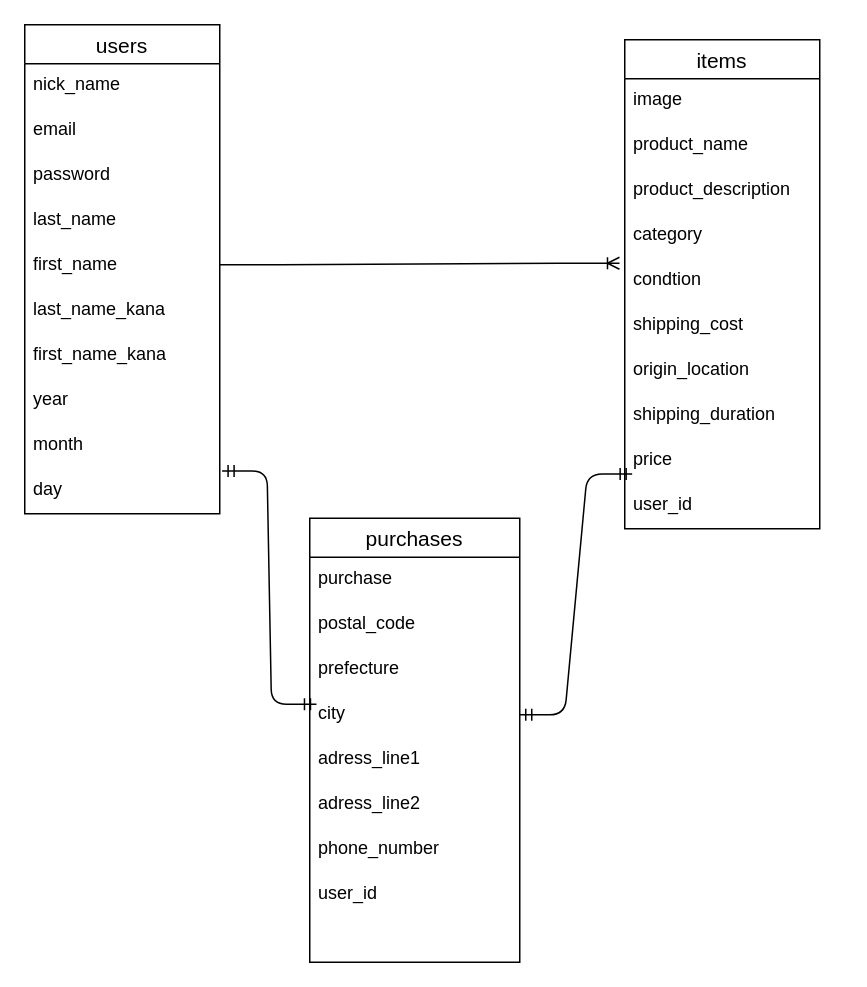
Before: furima.dio in koseki3104/furima-39437, a draw.io diagram. Source tidied: cells renumbered, new cells numbered last; positions are measured from the earlier drawing's top-left corner, leaving out a move shared by most shapes. Both pictures are drawn from the tidied source at 150%, with x=0, y=0 at pixel (24, 24).
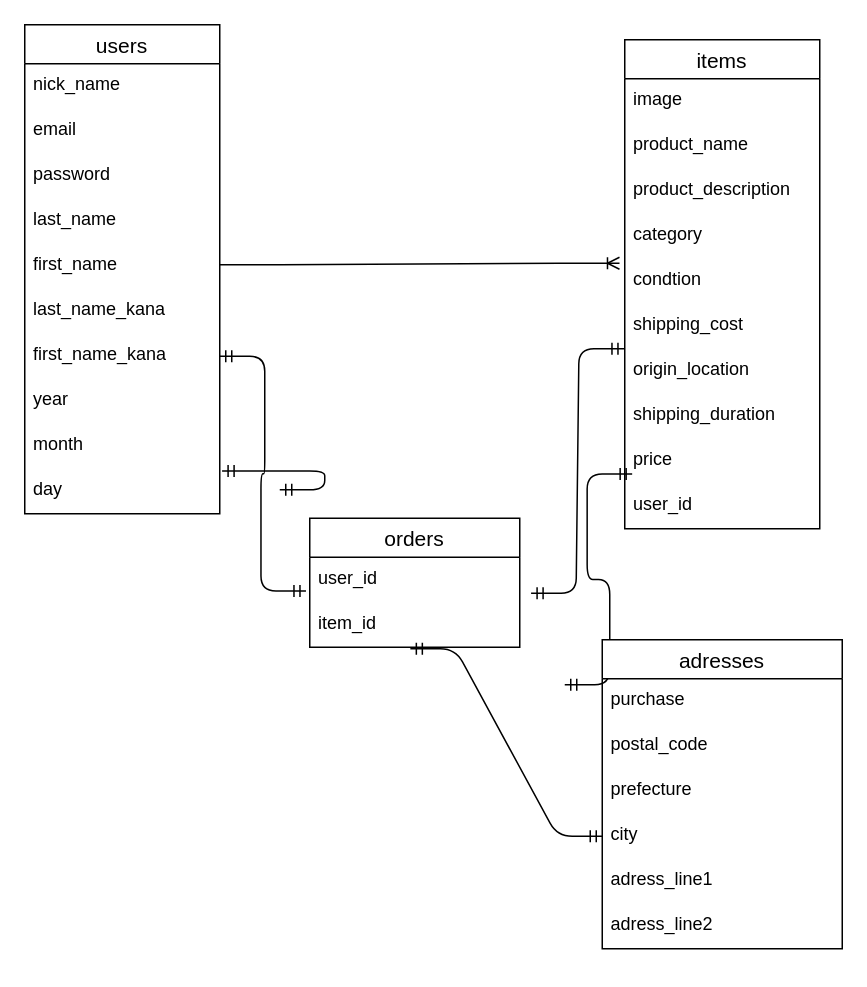
The same diagram, later.

Commit message (it also covers changes not shown here):
データベース設計（購入履歴、発送先住所）

The change refers to these unchanged cells:
```xml
<mxCell id="9" value="first_name_kana" style="text;strokeColor=none;fillColor=none;spacingLeft=4;spacingRight=4;overflow=hidden;points=[[0,0.5],[1,0.5]];portConstraint=eastwest;fontSize=12;" parent="2" vertex="1">
  <mxGeometry y="206" width="130" height="30" as="geometry" />
</mxCell>
<mxCell id="12" value="day" style="text;strokeColor=none;fillColor=none;spacingLeft=4;spacingRight=4;overflow=hidden;points=[[0,0.5],[1,0.5]];portConstraint=eastwest;fontSize=12;" parent="2" vertex="1">
  <mxGeometry y="296" width="130" height="30" as="geometry" />
</mxCell>
<mxCell id="18" value="condtion" style="text;strokeColor=none;fillColor=none;spacingLeft=4;spacingRight=4;overflow=hidden;points=[[0,0.5],[1,0.5]];portConstraint=eastwest;fontSize=12;" parent="13" vertex="1">
  <mxGeometry y="146" width="130" height="30" as="geometry" />
</mxCell>
<mxCell id="19" value="shipping_cost" style="text;strokeColor=none;fillColor=none;spacingLeft=4;spacingRight=4;overflow=hidden;points=[[0,0.5],[1,0.5]];portConstraint=eastwest;fontSize=12;" parent="13" vertex="1">
  <mxGeometry y="176" width="130" height="30" as="geometry" />
</mxCell>
<mxCell id="23" value="user_id" style="text;strokeColor=none;fillColor=none;spacingLeft=4;spacingRight=4;overflow=hidden;points=[[0,0.5],[1,0.5]];portConstraint=eastwest;fontSize=12;" parent="13" vertex="1">
  <mxGeometry y="296" width="130" height="30" as="geometry" />
</mxCell>
```

Diff of the diagram source:
```diff
@@
-    <mxCell id="24" value="purchases" style="swimlane;fontStyle=0;horizontal=1;startSize=26;align=center;fontSize=14;" parent="1" vertex="1">
-      <mxGeometry x="190" y="329" width="140" height="296" as="geometry" />
+    <mxCell id="24" value="orders" style="swimlane;fontStyle=0;horizontal=1;startSize=26;align=center;fontSize=14;" parent="1" vertex="1">
+      <mxGeometry x="190" y="329" width="140" height="86" as="geometry" />
     </mxCell>
+    <mxCell id="32" value="user_id" style="text;strokeColor=none;fillColor=none;spacingLeft=4;spacingRight=4;overflow=hidden;points=[[0,0.5],[1,0.5]];portConstraint=eastwest;fontSize=12;" parent="24" vertex="1">
+      <mxGeometry y="26" width="140" height="30" as="geometry" />
+    </mxCell>
+    <mxCell id="33" value="item_id" style="text;strokeColor=none;fillColor=none;spacingLeft=4;spacingRight=4;overflow=hidden;points=[[0,0.5],[1,0.5]];portConstraint=eastwest;fontSize=12;" parent="24" vertex="1">
+      <mxGeometry y="56" width="140" height="30" as="geometry" />
+    </mxCell>
+    <mxCell id="34" style="edgeStyle=entityRelationEdgeStyle;fontSize=12;html=1;endArrow=ERoneToMany;entryX=-0.027;entryY=0.1;entryDx=0;entryDy=0;entryPerimeter=0;" parent="1" edge="1" target="18">
+      <mxGeometry relative="1" as="geometry">
+        <mxPoint x="130" y="160" as="sourcePoint" />
+      </mxGeometry>
+    </mxCell>
+    <mxCell id="35" style="edgeStyle=entityRelationEdgeStyle;fontSize=12;html=1;endArrow=ERmandOne;startArrow=ERmandOne;exitX=1;exitY=0.5;exitDx=0;exitDy=0;entryX=0.038;entryY=-0.217;entryDx=0;entryDy=0;entryPerimeter=0;" parent="1" edge="1" target="23">
+      <mxGeometry relative="1" as="geometry">
+        <mxPoint x="360" y="440" as="sourcePoint" />
+      </mxGeometry>
+    </mxCell>
+    <mxCell id="36" style="edgeStyle=entityRelationEdgeStyle;fontSize=12;html=1;endArrow=ERmandOne;startArrow=ERmandOne;entryX=1.012;entryY=0.05;entryDx=0;entryDy=0;exitX=0.032;exitY=0.267;exitDx=0;exitDy=0;exitPerimeter=0;entryPerimeter=0;" parent="1" edge="1" target="12">
+      <mxGeometry relative="1" as="geometry">
+        <mxPoint x="170" y="310" as="sourcePoint" />
+      </mxGeometry>
+    </mxCell>
+    <mxCell id="37" value="adresses" style="swimlane;fontStyle=0;horizontal=1;startSize=26;align=center;fontSize=14;" parent="1" vertex="1">
+      <mxGeometry x="385" y="410" width="160" height="206" as="geometry" />
+    </mxCell>
-    <mxCell id="25" value="purchase" style="text;strokeColor=none;fillColor=none;spacingLeft=4;spacingRight=4;overflow=hidden;fontSize=12;" parent="24" vertex="1">
-      <mxGeometry y="26" width="140" height="30" as="geometry" />
+    <mxCell id="25" value="purchase&#10;" style="text;strokeColor=none;fillColor=none;spacingLeft=4;spacingRight=4;overflow=hidden;fontSize=12;" parent="37" vertex="1">
+      <mxGeometry y="26" width="160" height="30" as="geometry" />
     </mxCell>
-    <mxCell id="26" value="postal_code" style="text;strokeColor=none;fillColor=none;spacingLeft=4;spacingRight=4;overflow=hidden;fontSize=12;" parent="24" vertex="1">
-      <mxGeometry y="56" width="140" height="30" as="geometry" />
+    <mxCell id="26" value="postal_code" style="text;strokeColor=none;fillColor=none;spacingLeft=4;spacingRight=4;overflow=hidden;fontSize=12;" parent="37" vertex="1">
+      <mxGeometry y="56" width="160" height="30" as="geometry" />
     </mxCell>
-    <mxCell id="27" value="prefecture" style="text;strokeColor=none;fillColor=none;spacingLeft=4;spacingRight=4;overflow=hidden;fontSize=12;" parent="24" vertex="1">
-      <mxGeometry y="86" width="140" height="30" as="geometry" />
+    <mxCell id="27" value="prefecture" style="text;strokeColor=none;fillColor=none;spacingLeft=4;spacingRight=4;overflow=hidden;fontSize=12;" parent="37" vertex="1">
+      <mxGeometry y="86" width="160" height="30" as="geometry" />
     </mxCell>
-    <mxCell id="28" value="city" style="text;strokeColor=none;fillColor=none;spacingLeft=4;spacingRight=4;overflow=hidden;points=[[0,0.5],[1,0.5]];portConstraint=eastwest;fontSize=12;" parent="24" vertex="1">
-      <mxGeometry y="116" width="140" height="30" as="geometry" />
+    <mxCell id="28" value="city" style="text;strokeColor=none;fillColor=none;spacingLeft=4;spacingRight=4;overflow=hidden;points=[[0,0.5],[1,0.5]];portConstraint=eastwest;fontSize=12;" parent="37" vertex="1">
+      <mxGeometry y="116" width="160" height="30" as="geometry" />
     </mxCell>
-    <mxCell id="29" value="adress_line1" style="text;strokeColor=none;fillColor=none;spacingLeft=4;spacingRight=4;overflow=hidden;fontSize=12;" parent="24" vertex="1">
-      <mxGeometry y="146" width="140" height="30" as="geometry" />
+    <mxCell id="29" value="adress_line1" style="text;strokeColor=none;fillColor=none;spacingLeft=4;spacingRight=4;overflow=hidden;fontSize=12;" parent="37" vertex="1">
+      <mxGeometry y="146" width="160" height="30" as="geometry" />
     </mxCell>
-    <mxCell id="30" value="adress_line2" style="text;strokeColor=none;fillColor=none;spacingLeft=4;spacingRight=4;overflow=hidden;fontSize=12;" parent="24" vertex="1">
-      <mxGeometry y="176" width="140" height="30" as="geometry" />
+    <mxCell id="30" value="adress_line2" style="text;strokeColor=none;fillColor=none;spacingLeft=4;spacingRight=4;overflow=hidden;fontSize=12;" parent="37" vertex="1">
+      <mxGeometry y="176" width="160" height="30" as="geometry" />
     </mxCell>
-    <mxCell id="31" value="phone_number" style="text;strokeColor=none;fillColor=none;spacingLeft=4;spacingRight=4;overflow=hidden;fontSize=12;" parent="24" vertex="1">
-      <mxGeometry y="206" width="140" height="30" as="geometry" />
-    </mxCell>
-    <mxCell id="32" value="user_id" style="text;strokeColor=none;fillColor=none;spacingLeft=4;spacingRight=4;overflow=hidden;points=[[0,0.5],[1,0.5]];portConstraint=eastwest;fontSize=12;" parent="24" vertex="1">
-      <mxGeometry y="236" width="140" height="30" as="geometry" />
-    </mxCell>
-    <mxCell id="33" style="text;strokeColor=none;fillColor=none;spacingLeft=4;spacingRight=4;overflow=hidden;points=[[0,0.5],[1,0.5]];portConstraint=eastwest;fontSize=12;" parent="24" vertex="1">
-      <mxGeometry y="266" width="140" height="30" as="geometry" />
-    </mxCell>
-    <mxCell id="34" style="edgeStyle=entityRelationEdgeStyle;fontSize=12;html=1;endArrow=ERoneToMany;entryX=-0.027;entryY=0.1;entryDx=0;entryDy=0;entryPerimeter=0;" parent="1" edge="1" target="18">
-      <mxGeometry relative="1" as="geometry">
-        <mxPoint x="130" y="160" as="sourcePoint" />
-      </mxGeometry>
-    </mxCell>
-    <mxCell id="35" style="edgeStyle=entityRelationEdgeStyle;fontSize=12;html=1;endArrow=ERmandOne;startArrow=ERmandOne;exitX=1;exitY=0.5;exitDx=0;exitDy=0;entryX=0.038;entryY=-0.217;entryDx=0;entryDy=0;entryPerimeter=0;" parent="1" edge="1" source="28" target="23">
-      <mxGeometry relative="1" as="geometry" />
-    </mxCell>
-    <mxCell id="36" style="edgeStyle=entityRelationEdgeStyle;fontSize=12;html=1;endArrow=ERmandOne;startArrow=ERmandOne;entryX=1.012;entryY=0.05;entryDx=0;entryDy=0;exitX=0.032;exitY=0.267;exitDx=0;exitDy=0;exitPerimeter=0;entryPerimeter=0;" parent="1" edge="1" source="28" target="12">
-      <mxGeometry relative="1" as="geometry" />
-    </mxCell>
+    <mxCell id="38" style="edgeStyle=entityRelationEdgeStyle;fontSize=12;html=1;endArrow=ERmandOne;startArrow=ERmandOne;entryX=-0.004;entryY=1;entryDx=0;entryDy=0;entryPerimeter=0;exitX=1.054;exitY=0.8;exitDx=0;exitDy=0;exitPerimeter=0;" parent="1" edge="1" source="32" target="19">
+      <mxGeometry relative="1" as="geometry" />
+    </mxCell>
+    <mxCell id="39" style="edgeStyle=entityRelationEdgeStyle;fontSize=12;html=1;endArrow=ERmandOne;startArrow=ERmandOne;entryX=1;entryY=0.5;entryDx=0;entryDy=0;exitX=-0.018;exitY=0.75;exitDx=0;exitDy=0;exitPerimeter=0;" parent="1" edge="1" source="32" target="9">
+      <mxGeometry relative="1" as="geometry" />
+    </mxCell>
+    <mxCell id="40" style="edgeStyle=entityRelationEdgeStyle;fontSize=12;html=1;endArrow=ERmandOne;startArrow=ERmandOne;exitX=0;exitY=0.5;exitDx=0;exitDy=0;entryX=0.479;entryY=1.033;entryDx=0;entryDy=0;entryPerimeter=0;" parent="1" edge="1" source="28" target="33">
+      <mxGeometry relative="1" as="geometry" />
+    </mxCell>
```
